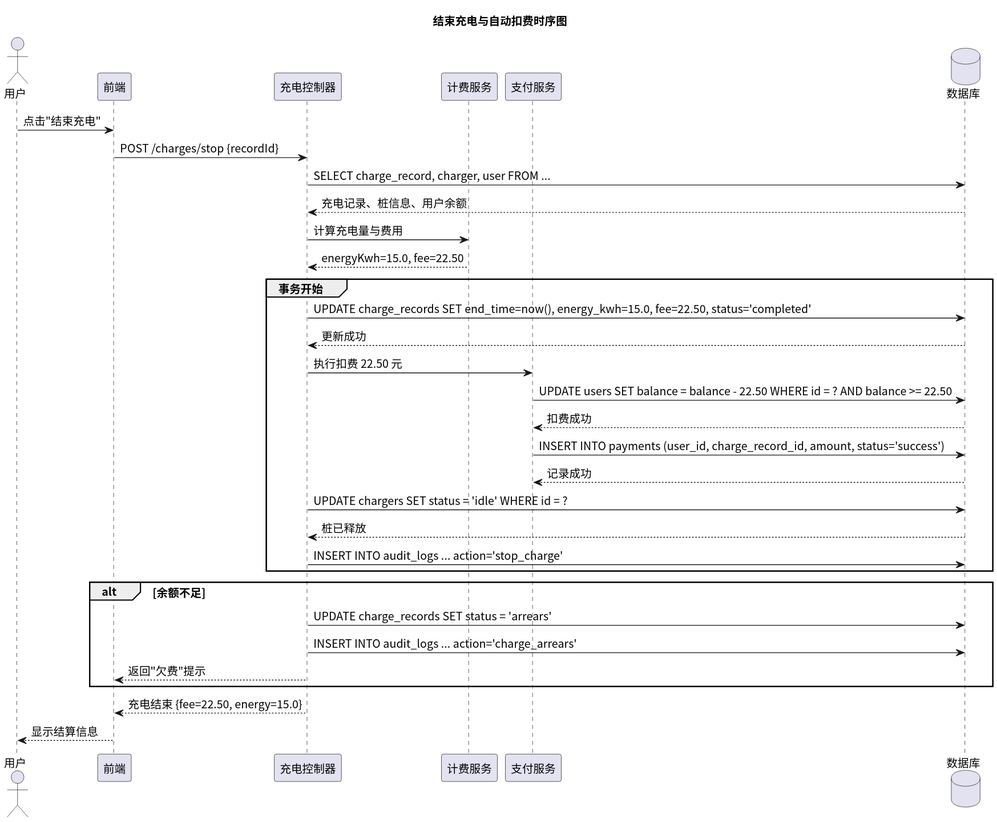
Before: time/img/sequence_stop_charge.svg, a diagram exported from PlantUML (greenhandzdl/charging-station-doc). Its diagram source:
```plantuml
@startuml
skinparam defaultFontName "Noto Sans CJK SC"
skinparam defaultFontSize 14
title 结束充电与自动扣费时序图
actor 用户 as U
participant 前端 as FE
participant 充电控制器 as Ctrl
participant 计费服务 as Bill
participant 支付服务 as Pay
database 数据库 as DB

U -> FE: 点击"结束充电"
FE -> Ctrl: POST /charges/stop {recordId}
Ctrl -> DB: SELECT charge_record, charger, user FROM ...
DB --> Ctrl: 充电记录、桩信息、用户余额

Ctrl -> Bill: 计算充电量与费用
Bill --> Ctrl: energyKwh=15.0, fee=22.50

group 事务开始
  Ctrl -> DB: UPDATE charge_records SET end_time=now(), energy_kwh=15.0, fee=22.50, status='completed'
  DB --> Ctrl: 更新成功

  Ctrl -> Pay: 执行扣费 22.50 元
  Pay -> DB: UPDATE users SET balance = balance - 22.50 WHERE id = ? AND balance >= 22.50
  DB --> Pay: 扣费成功

  Pay -> DB: INSERT INTO payments (user_id, charge_record_id, amount, status='success')
  DB --> Pay: 记录成功

  Ctrl -> DB: UPDATE chargers SET status = 'idle' WHERE id = ?
  DB --> Ctrl: 桩已释放

  Ctrl -> DB: INSERT INTO audit_logs ... action='stop_charge'
end

alt 余额不足
  Ctrl -> DB: UPDATE charge_records SET status = 'arrears'
  Ctrl -> DB: INSERT INTO audit_logs ... action='charge_arrears'
  Ctrl --> FE: 返回"欠费"提示
end

Ctrl --> FE: 充电结束 {fee=22.50, energy=15.0}
FE --> U: 显示结算信息
@enduml
```
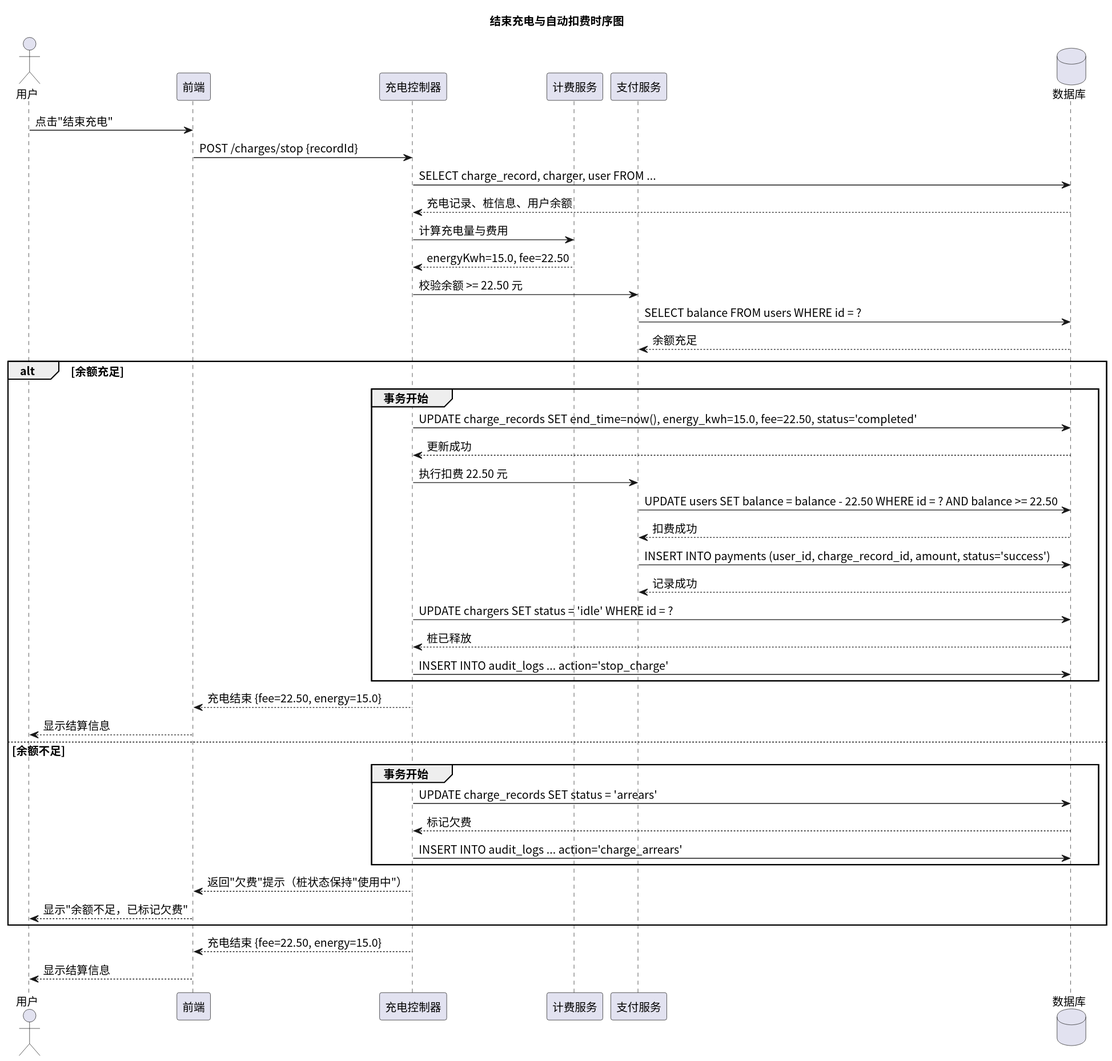
The same file after the commit.

Change to the diagram source:
```diff
@@ -17,27 +17,38 @@
 Ctrl -> Bill: 计算充电量与费用
 Bill --> Ctrl: energyKwh=15.0, fee=22.50
 
-group 事务开始
-  Ctrl -> DB: UPDATE charge_records SET end_time=now(), energy_kwh=15.0, fee=22.50, status='completed'
-  DB --> Ctrl: 更新成功
+Ctrl -> Pay: 校验余额 >= 22.50 元
+Pay -> DB: SELECT balance FROM users WHERE id = ?
+DB --> Pay: 余额充足
 
-  Ctrl -> Pay: 执行扣费 22.50 元
-  Pay -> DB: UPDATE users SET balance = balance - 22.50 WHERE id = ? AND balance >= 22.50
-  DB --> Pay: 扣费成功
+alt 余额充足
+  group 事务开始
+    Ctrl -> DB: UPDATE charge_records SET end_time=now(), energy_kwh=15.0, fee=22.50, status='completed'
+    DB --> Ctrl: 更新成功
 
-  Pay -> DB: INSERT INTO payments (user_id, charge_record_id, amount, status='success')
-  DB --> Pay: 记录成功
+    Ctrl -> Pay: 执行扣费 22.50 元
+    Pay -> DB: UPDATE users SET balance = balance - 22.50 WHERE id = ? AND balance >= 22.50
+    DB --> Pay: 扣费成功
 
-  Ctrl -> DB: UPDATE chargers SET status = 'idle' WHERE id = ?
-  DB --> Ctrl: 桩已释放
+    Pay -> DB: INSERT INTO payments (user_id, charge_record_id, amount, status='success')
+    DB --> Pay: 记录成功
 
-  Ctrl -> DB: INSERT INTO audit_logs ... action='stop_charge'
-end
+    Ctrl -> DB: UPDATE chargers SET status = 'idle' WHERE id = ?
+    DB --> Ctrl: 桩已释放
 
-alt 余额不足
-  Ctrl -> DB: UPDATE charge_records SET status = 'arrears'
-  Ctrl -> DB: INSERT INTO audit_logs ... action='charge_arrears'
-  Ctrl --> FE: 返回"欠费"提示
+    Ctrl -> DB: INSERT INTO audit_logs ... action='stop_charge'
+  end
+  Ctrl --> FE: 充电结束 {fee=22.50, energy=15.0}
+  FE --> U: 显示结算信息
+else 余额不足
+  group 事务开始
+    Ctrl -> DB: UPDATE charge_records SET status = 'arrears'
+    DB --> Ctrl: 标记欠费
+
+    Ctrl -> DB: INSERT INTO audit_logs ... action='charge_arrears'
+  end
+  Ctrl --> FE: 返回"欠费"提示（桩状态保持"使用中"）
+  FE --> U: 显示"余额不足，已标记欠费"
 end
 
 Ctrl --> FE: 充电结束 {fee=22.50, energy=15.0}
```
